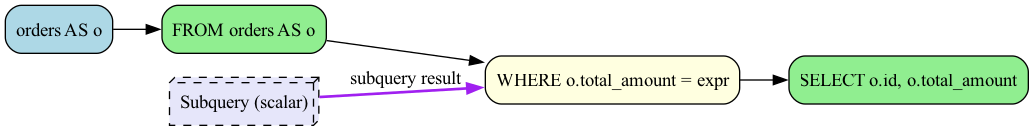
Earlier version of the Graphviz export examples/subquery_scalar_operation.png (rot1024/sqloflow). Its source is kept beside it as examples/subquery_scalar_operation.dot.
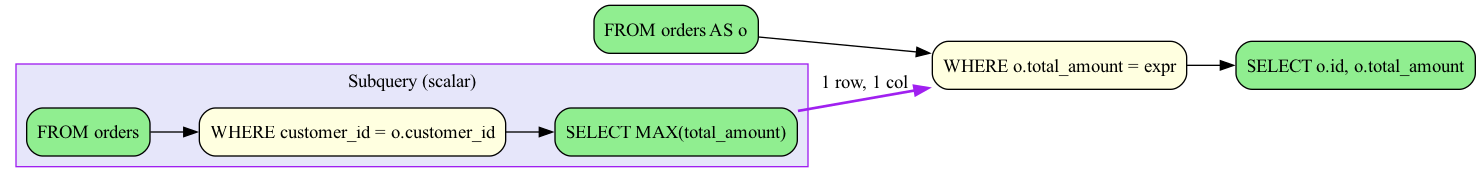
After the change.

What changed in the source:
```diff
@@ -2,14 +2,23 @@
   rankdir=LR;
   node [shape=box, style=rounded];
 
-  node_0 [label="orders AS o", fillcolor=lightblue, style="filled,rounded"];
-  node_1 [label="FROM orders AS o", fillcolor=lightgreen, style="filled,rounded"];
-  node_4 [label="SELECT o.id, o.total_amount", fillcolor=lightgreen, style="filled,rounded"];
-  node_2 [label="WHERE o.total_amount = expr", fillcolor=lightyellow, style="filled,rounded"];
-  node_3 [label="Subquery (scalar)", fillcolor=lavender, style="filled,rounded,dashed", shape=box3d];
+  node_0 [label="FROM orders AS o", fillcolor=lightgreen, style="filled,rounded"];
+  node_3 [label="SELECT o.id, o.total_amount", fillcolor=lightgreen, style="filled,rounded"];
+  node_1 [label="WHERE o.total_amount = expr", fillcolor=lightyellow, style="filled,rounded"];
+
+  subgraph cluster_node_2 {
+    label="Subquery (scalar)";
+    style=filled;
+    fillcolor=lavender;
+    color=purple;
+    subq_2_node_0 [label="FROM orders", fillcolor=lightgreen, style="filled,rounded"];
+    subq_2_node_1 [label="WHERE customer_id = o.customer_id", fillcolor=lightyellow, style="filled,rounded"];
+    subq_2_node_2 [label="SELECT MAX(total_amount)", fillcolor=lightgreen, style="filled,rounded"];
+    subq_2_node_0 -> subq_2_node_1 [color=black];
+    subq_2_node_1 -> subq_2_node_2 [color=black];
+  }
+  subq_2_node_2 -> node_1 [color=purple, style=bold, label="1 row, 1 col"];
 
   node_0 -> node_1 [color=black];
-  node_1 -> node_2 [color=black];
-  node_3 -> node_2 [color=purple, style=bold, label="subquery result"];
-  node_2 -> node_4 [color=black];
+  node_1 -> node_3 [color=black];
 }
```
